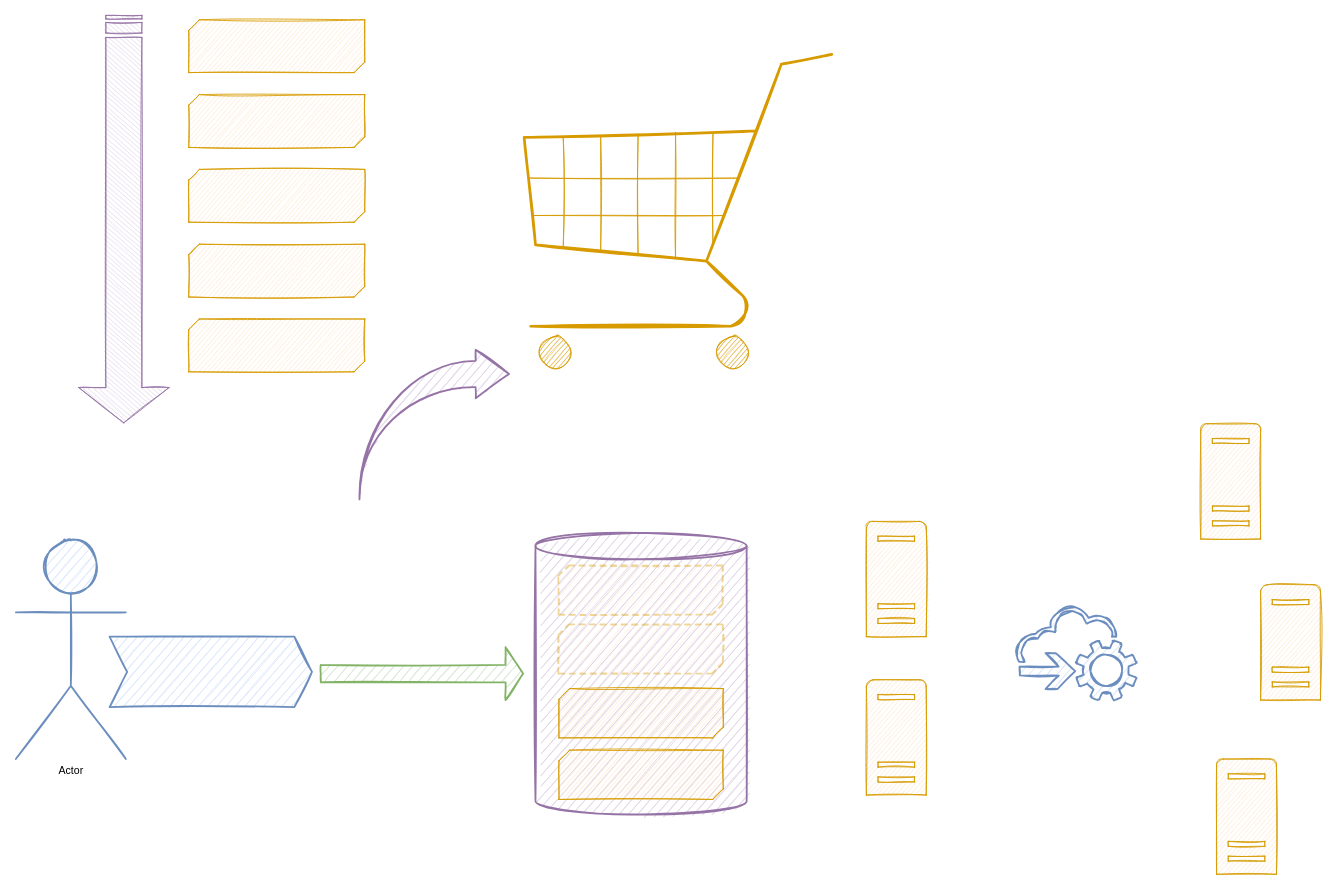
Above: assets/TimeTravelling.drawio in oskardudycz/EventSourcing.NetCore (draw.io), before the change. Source tidied: cells renumbered, new cells numbered last; positions are measured from the earlier drawing's top-left corner, leaving out a move shared by most shapes. Both pictures are drawn from the tidied source at 88%, with x=0, y=0 at pixel (-80, 19).
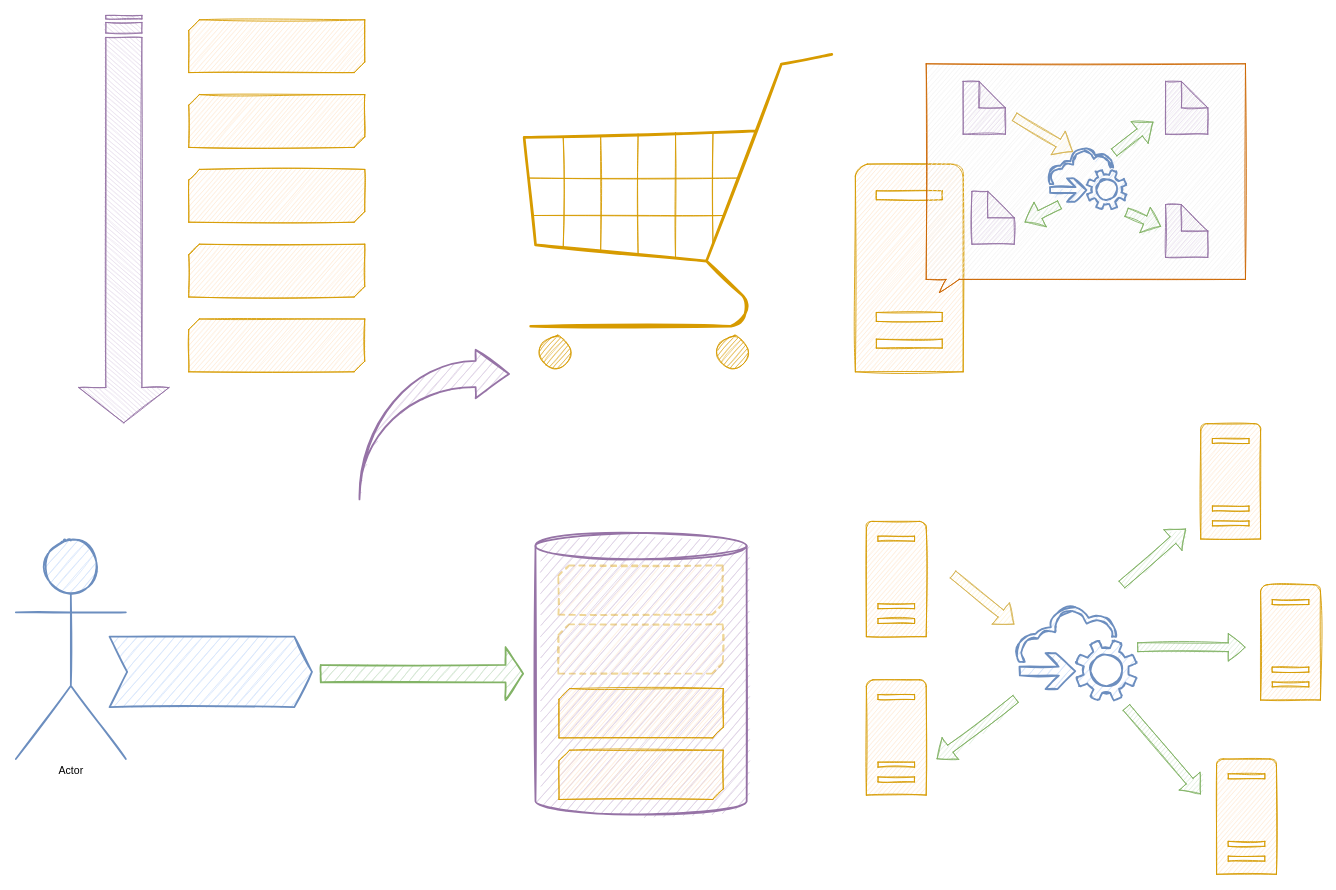
The same diagram, later.

Unchanged cells that the change refers to:
```xml
<mxCell id="23" style="shadow=0;dashed=0;html=1;strokeColor=#6c8ebf;fillColor=#dae8fc;labelPosition=center;verticalLabelPosition=bottom;outlineConnect=0;verticalAlign=top;align=center;shape=mxgraph.office.clouds.cloud_service_request;sketch=1;strokeWidth=2;" parent="1" vertex="1">
  <mxGeometry x="1245" y="666" width="136.4" height="107" as="geometry" />
</mxCell>
```

Diff of the diagram source:
```diff
@@
+    <mxCell id="24" style="shadow=0;dashed=0;html=1;labelPosition=center;verticalLabelPosition=bottom;verticalAlign=top;align=center;shape=mxgraph.office.servers.server_generic;sketch=1;strokeWidth=1;strokeColor=#d79b00;fillColor=#ffe6cc;" parent="1" vertex="1">
+      <mxGeometry x="1062.5" y="164" width="122.5" height="236" as="geometry" />
+    </mxCell>
+    <mxCell id="25" style="whiteSpace=wrap;html=1;shape=mxgraph.basic.rectCallout;dx=30;dy=15;boundedLbl=1;shadow=0;sketch=1;strokeColor=#CC6600;strokeWidth=1;fillColor=#F2F2F2;" parent="1" vertex="1">
+      <mxGeometry x="1143" y="50" width="362.8" height="260" as="geometry" />
+    </mxCell>
+    <mxCell id="26" style="shadow=0;dashed=0;html=1;strokeColor=#6c8ebf;fillColor=#dae8fc;labelPosition=center;verticalLabelPosition=bottom;verticalAlign=top;align=center;shape=mxgraph.office.clouds.cloud_service_request;sketch=1;strokeWidth=2;" parent="1" vertex="1">
+      <mxGeometry x="1281" y="145" width="89.2" height="70" as="geometry" />
+    </mxCell>
+    <mxCell id="27" style="shape=note;whiteSpace=wrap;html=1;backgroundOutline=1;darkOpacity=0.05;shadow=0;sketch=1;strokeColor=#9673a6;strokeWidth=1;fillColor=#e1d5e7;" parent="1" vertex="1">
+      <mxGeometry x="1185" y="70" width="48" height="60" as="geometry" />
+    </mxCell>
+    <mxCell id="28" style="shape=note;whiteSpace=wrap;html=1;backgroundOutline=1;darkOpacity=0.05;shadow=0;sketch=1;strokeColor=#9673a6;strokeWidth=1;fillColor=#e1d5e7;" parent="1" vertex="1">
+      <mxGeometry x="1195" y="195" width="48" height="60" as="geometry" />
+    </mxCell>
+    <mxCell id="29" style="shape=note;whiteSpace=wrap;html=1;backgroundOutline=1;darkOpacity=0.05;shadow=0;sketch=1;strokeColor=#9673a6;strokeWidth=1;fillColor=#e1d5e7;" parent="1" vertex="1">
+      <mxGeometry x="1415" y="70" width="48" height="60" as="geometry" />
+    </mxCell>
+    <mxCell id="30" style="shape=note;whiteSpace=wrap;html=1;backgroundOutline=1;darkOpacity=0.05;shadow=0;sketch=1;strokeColor=#9673a6;strokeWidth=1;fillColor=#e1d5e7;" parent="1" vertex="1">
+      <mxGeometry x="1415" y="210" width="48" height="60" as="geometry" />
+    </mxCell>
+    <mxCell id="31" style="shape=flexArrow;endArrow=classic;html=1;fillColor=#fff2cc;strokeColor=#d6b656;sketch=1;" parent="1" edge="1">
+      <mxGeometry relative="1" as="geometry">
+        <mxPoint x="1173" y="630" as="sourcePoint" />
+        <mxPoint x="1243" y="687" as="targetPoint" />
+      </mxGeometry>
+    </mxCell>
+    <mxCell id="32" style="shape=flexArrow;endArrow=classic;html=1;fillColor=#fff2cc;strokeColor=#d6b656;sketch=1;" parent="1" edge="1">
+      <mxGeometry relative="1" as="geometry">
+        <mxPoint x="1243" y="110" as="sourcePoint" />
+        <mxPoint x="1309.8" y="150" as="targetPoint" />
+      </mxGeometry>
+    </mxCell>
+    <mxCell id="33" style="shape=flexArrow;endArrow=classic;html=1;fillColor=#d5e8d4;strokeColor=#82b366;sketch=1;" parent="1" edge="1">
+      <mxGeometry relative="1" as="geometry">
+        <mxPoint x="1356.2" y="151" as="sourcePoint" />
+        <mxPoint x="1401" y="116" as="targetPoint" />
+      </mxGeometry>
+    </mxCell>
+    <mxCell id="34" style="shape=flexArrow;endArrow=classic;html=1;fillColor=#d5e8d4;strokeColor=#82b366;sketch=1;" parent="1" edge="1">
+      <mxGeometry relative="1" as="geometry">
+        <mxPoint x="1370.2" y="218.6" as="sourcePoint" />
+        <mxPoint x="1409.8" y="235" as="targetPoint" />
+      </mxGeometry>
+    </mxCell>
+    <mxCell id="35" style="shape=flexArrow;endArrow=classic;html=1;fillColor=#d5e8d4;strokeColor=#82b366;sketch=1;" parent="1" edge="1">
+      <mxGeometry relative="1" as="geometry">
+        <mxPoint x="1295" y="210" as="sourcePoint" />
+        <mxPoint x="1255" y="230" as="targetPoint" />
+      </mxGeometry>
+    </mxCell>
+    <mxCell id="36" style="shape=flexArrow;endArrow=classic;html=1;fillColor=#d5e8d4;strokeColor=#82b366;sketch=1;" parent="1" edge="1">
+      <mxGeometry relative="1" as="geometry">
+        <mxPoint x="1370.2" y="781" as="sourcePoint" />
+        <mxPoint x="1455" y="880" as="targetPoint" />
+      </mxGeometry>
+    </mxCell>
+    <mxCell id="37" style="shape=flexArrow;endArrow=classic;html=1;fillColor=#d5e8d4;strokeColor=#82b366;sketch=1;" parent="1" edge="1">
+      <mxGeometry relative="1" as="geometry">
+        <mxPoint x="1365" y="642" as="sourcePoint" />
+        <mxPoint x="1438.1" y="578.4" as="targetPoint" />
+      </mxGeometry>
+    </mxCell>
+    <mxCell id="38" style="shape=flexArrow;endArrow=classic;html=1;fillColor=#d5e8d4;strokeColor=#82b366;sketch=1;" parent="1" edge="1">
+      <mxGeometry relative="1" as="geometry">
+        <mxPoint x="1382.8" y="713" as="sourcePoint" />
+        <mxPoint x="1505.8" y="713" as="targetPoint" />
+      </mxGeometry>
+    </mxCell>
+    <mxCell id="39" style="shape=flexArrow;endArrow=classic;html=1;fillColor=#d5e8d4;strokeColor=#82b366;sketch=1;" parent="1" edge="1" source="23">
+      <mxGeometry relative="1" as="geometry">
+        <mxPoint x="1155" y="840" as="targetPoint" />
+      </mxGeometry>
+    </mxCell>
```
